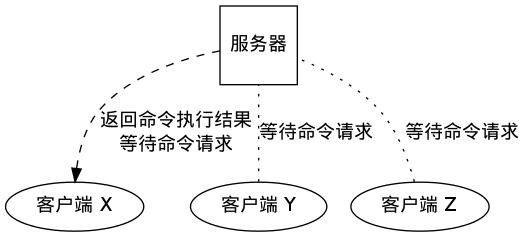
Before: internal/image/event-ready-for-write.png, a diagram exported from Graphviz (huangzworks/redisbook). Its source is kept beside it as internal/image/event-ready-for-write.dot. The source it was exported from:
```dot
digraph e
{
    rankdir = BT;

    server [label = "服务器", shape=square];

    cx [label = "客户端 X"];

    cy [label = "客户端 Y"];

    cz [label = "客户端 Z"];

    cx -> server [dir=back, style=dashed, label="返回命令执行结果\n等待命令请求"];
    cy -> server [dir=none, style=dotted, label="等待命令请求"];
    cz -> server [dir=none, style=dotted, label="等待命令请求"];
}
```
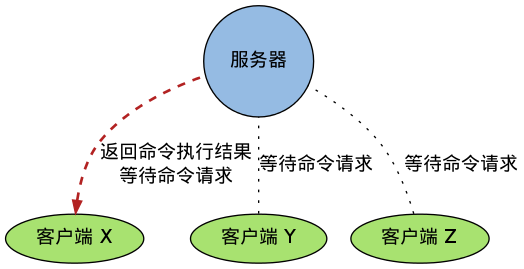
The same file after the commit.

Diff of the diagram source:
```diff
@@ -1,16 +1,20 @@
 digraph e
 {
+    node [style = filled];
+
+    edge [style = "dotted, bold"];
+
     rankdir = BT;
 
-    server [label = "服务器", shape=square];
+    server [label = "服务器", shape=circle, fillcolor = "#95BBE3"];
 
-    cx [label = "客户端 X"];
+    cx [label = "客户端 X", fillcolor = "#A8E270"];
 
-    cy [label = "客户端 Y"];
+    cy [label = "客户端 Y", fillcolor = "#A8E270"];
 
-    cz [label = "客户端 Z"];
+    cz [label = "客户端 Z", fillcolor = "#A8E270"];
 
-    cx -> server [dir=back, style=dashed, label="返回命令执行结果\n等待命令请求"];
+    cx -> server [dir=back, style="dashed, bold", label="返回命令执行结果\n等待命令请求", color = "#B22222"];
     cy -> server [dir=none, style=dotted, label="等待命令请求"];
     cz -> server [dir=none, style=dotted, label="等待命令请求"];
 }
```
